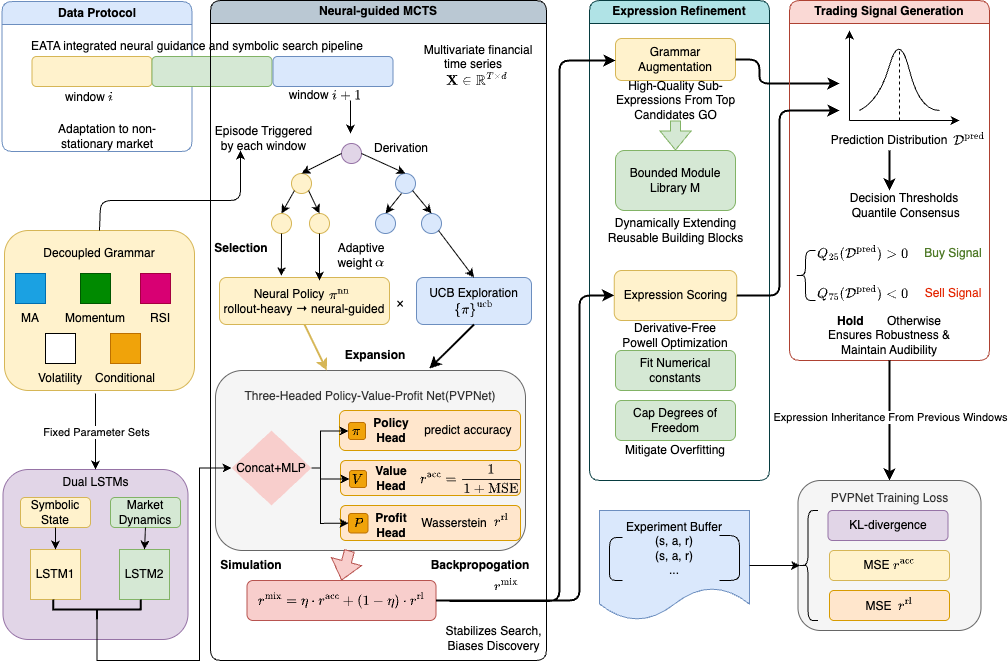
Above: paper/figures/architecture.png in JNU-Tangyin/eata (draw.io), before the change. Source tidied: cells renumbered, new cells last; positions are measured from the earlier drawing's top-left corner, leaving out a move shared by most shapes.
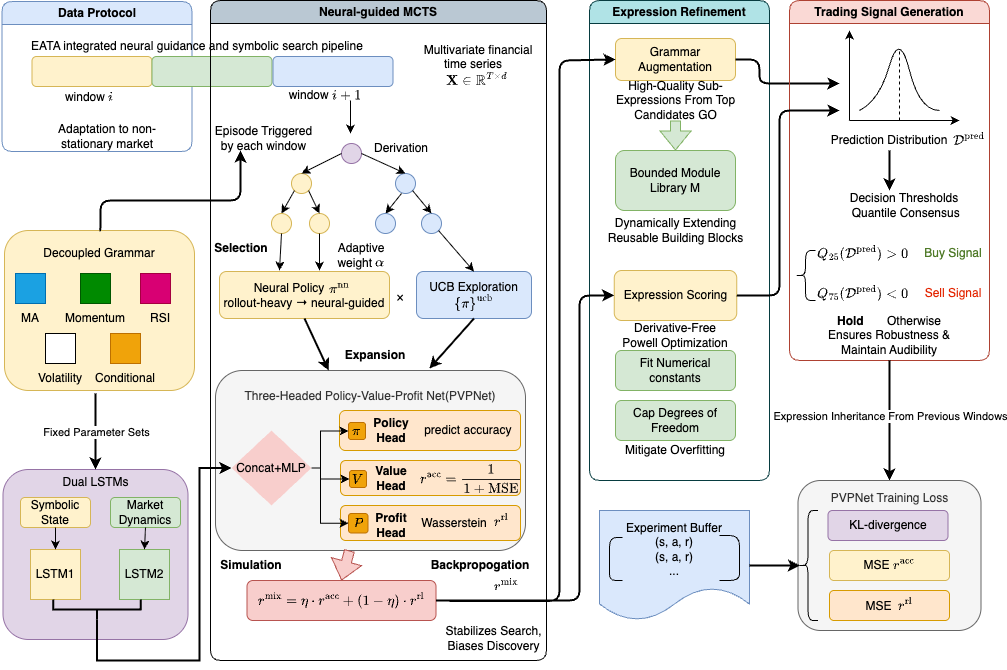
The same diagram one commit later.

Change to the diagram source:
```diff
@@ -77,19 +77,21 @@
       <mxGeometry x="1" y="233" width="60" height="30" as="geometry" />
     </mxCell>
     <mxCell id="26" value="Neural Policy &amp;nbsp; &amp;nbsp; &amp;nbsp; &amp;nbsp;&amp;nbsp;&lt;div&gt;rollout-heavy → neural-guided&lt;/div&gt;" style="rounded=1;whiteSpace=wrap;html=1;fillColor=#fff2cc;strokeColor=#d6b656;" parent="9" vertex="1">
-      <mxGeometry x="9" y="277" width="170" height="47" as="geometry" />
+      <mxGeometry x="9" y="271" width="170" height="47" as="geometry" />
     </mxCell>
     <mxCell id="27" value="$${\pi}^{\text{nn}}&amp;nbsp;$$" style="text;html=1;whiteSpace=wrap;strokeColor=none;fillColor=none;align=center;verticalAlign=middle;rounded=0;" parent="9" vertex="1">
-      <mxGeometry x="89" y="280" width="80" height="30" as="geometry" />
+      <mxGeometry x="89" y="274" width="80" height="30" as="geometry" />
     </mxCell>
     <mxCell id="28" value="UCB Exploration `{\pi}^{\text{ucb}}`" style="rounded=1;whiteSpace=wrap;html=1;fillColor=#dae8fc;strokeColor=#6c8ebf;" parent="9" vertex="1">
-      <mxGeometry x="206" y="277" width="115" height="47" as="geometry" />
+      <mxGeometry x="206" y="271" width="115" height="47" as="geometry" />
     </mxCell>
     <mxCell id="29" value="×" style="text;html=1;whiteSpace=wrap;strokeColor=none;fillColor=none;align=center;verticalAlign=middle;rounded=0;" parent="9" vertex="1">
-      <mxGeometry x="160" y="288" width="60" height="30" as="geometry" />
+      <mxGeometry x="160" y="282" width="60" height="30" as="geometry" />
     </mxCell>
-    <mxCell id="30" style="endArrow=classic;html=1;rounded=0;exitX=0.5;exitY=1;exitDx=0;exitDy=0;entryX=0.25;entryY=0;entryDx=0;entryDy=0;" parent="9" edge="1" source="16" target="27">
-      <mxGeometry relative="1" as="geometry" />
+    <mxCell id="30" style="endArrow=classic;html=1;rounded=0;exitX=0.5;exitY=1;exitDx=0;exitDy=0;" parent="9" edge="1" source="16">
+      <mxGeometry relative="1" as="geometry">
+        <mxPoint x="109" y="270" as="targetPoint" />
+      </mxGeometry>
     </mxCell>
     <mxCell id="31" style="endArrow=classic;html=1;rounded=0;exitX=1;exitY=1;exitDx=0;exitDy=0;entryX=0.5;entryY=0;entryDx=0;entryDy=0;" parent="9" edge="1" source="18" target="28">
       <mxGeometry relative="1" as="geometry" />
@@ -169,7 +171,7 @@
     <mxCell id="51" value="&lt;b&gt;Expansion&lt;/b&gt;" style="text;html=1;whiteSpace=wrap;strokeColor=none;fillColor=none;align=center;verticalAlign=middle;rounded=0;" parent="9" vertex="1">
       <mxGeometry x="135" y="340" width="60" height="30" as="geometry" />
     </mxCell>
-    <mxCell id="52" style="endArrow=classic;html=1;rounded=0;exitX=0.5;exitY=1;exitDx=0;exitDy=0;fillColor=#fff2cc;strokeColor=#d6b656;strokeWidth=2;" parent="9" edge="1" source="26" target="34">
+    <mxCell id="52" style="endArrow=classic;html=1;rounded=0;exitX=0.5;exitY=1;exitDx=0;exitDy=0;fillColor=#fff2cc;strokeColor=#000000;strokeWidth=2;" parent="9" edge="1" source="26" target="34">
       <mxGeometry relative="1" as="geometry" />
     </mxCell>
     <mxCell id="53" style="endArrow=classic;html=1;rounded=0;exitX=0.5;exitY=1;exitDx=0;exitDy=0;entryX=0.69;entryY=-0.011;entryDx=0;entryDy=0;entryPerimeter=0;fillColor=#dae8fc;strokeColor=#000000;strokeWidth=2;" parent="9" edge="1" source="28" target="34">
@@ -193,8 +195,10 @@
     <mxCell id="59" value="window `i+1`" style="rounded=0;whiteSpace=wrap;html=1;fillColor=none;strokeColor=none;" parent="9" vertex="1">
       <mxGeometry x="55" y="80" width="120" height="30" as="geometry" />
     </mxCell>
-    <mxCell id="60" style="endArrow=classic;html=1;rounded=0;exitX=0.5;exitY=1;exitDx=0;exitDy=0;fillColor=#fff2cc;strokeColor=#000000;strokeWidth=1;entryX=0.364;entryY=-0.03;entryDx=0;entryDy=0;entryPerimeter=0;" parent="9" edge="1" source="15" target="26">
-      <mxGeometry relative="1" as="geometry" />
+    <mxCell id="60" style="endArrow=classic;html=1;rounded=0;exitX=0.5;exitY=1;exitDx=0;exitDy=0;fillColor=#fff2cc;strokeColor=#000000;strokeWidth=1;" parent="9" edge="1" source="15">
+      <mxGeometry relative="1" as="geometry">
+        <mxPoint x="69" y="270" as="targetPoint" />
+      </mxGeometry>
     </mxCell>
     <mxCell id="61" style="endArrow=classic;html=1;rounded=0;fillColor=#e1d5e7;strokeColor=#000000;" parent="1" edge="1">
       <mxGeometry relative="1" as="geometry">
@@ -238,7 +242,7 @@
     <mxCell id="73" value="Dual LSTMs&lt;div&gt;&lt;br&gt;&lt;/div&gt;&lt;div&gt;&lt;br&gt;&lt;/div&gt;&lt;div&gt;&lt;br&gt;&lt;/div&gt;&lt;div&gt;&lt;br&gt;&lt;/div&gt;&lt;div&gt;&lt;br&gt;&lt;/div&gt;&lt;div&gt;&lt;br&gt;&lt;/div&gt;&lt;div&gt;&lt;br&gt;&lt;/div&gt;&lt;div&gt;&lt;br&gt;&lt;/div&gt;&lt;div&gt;&lt;br&gt;&lt;/div&gt;&lt;div&gt;&lt;br&gt;&lt;/div&gt;" style="rounded=1;whiteSpace=wrap;html=1;fillColor=#e1d5e7;strokeColor=#9673a6;" parent="1" vertex="1">
       <mxGeometry x="2.5" y="469" width="185" height="170" as="geometry" />
     </mxCell>
-    <mxCell id="74" style="endArrow=classic;html=1;rounded=0;entryX=0.5;entryY=0;entryDx=0;entryDy=0;exitX=0;exitY=1;exitDx=0;exitDy=0;" parent="1" edge="1" source="72" target="73">
+    <mxCell id="74" style="endArrow=classic;html=1;rounded=0;entryX=0.5;entryY=0;entryDx=0;entryDy=0;exitX=0;exitY=1;exitDx=0;exitDy=0;strokeWidth=2;" parent="1" edge="1" source="72" target="73">
       <mxGeometry relative="1" as="geometry" />
     </mxCell>
     <mxCell id="75" value="Fixed Parameter Sets" style="edgeLabel;html=1;align=center;verticalAlign=middle;" parent="74" vertex="1">
@@ -262,7 +266,7 @@
     <mxCell id="81" style="endArrow=classic;html=1;rounded=0;exitX=0.5;exitY=1;exitDx=0;exitDy=0;entryX=0.5;entryY=0;entryDx=0;entryDy=0;" parent="1" edge="1" source="77" target="79">
       <mxGeometry relative="1" as="geometry" />
     </mxCell>
-    <mxCell id="82" style="edgeStyle=orthogonalEdgeStyle;rounded=0;jettySize=auto;html=1;exitX=0;exitY=0.5;exitDx=0;exitDy=0;exitPerimeter=0;entryX=0;entryY=0.5;entryDx=0;entryDy=0;" parent="1" edge="1" source="83" target="35">
+    <mxCell id="82" style="edgeStyle=orthogonalEdgeStyle;rounded=0;jettySize=auto;html=1;exitX=0;exitY=0.5;exitDx=0;exitDy=0;exitPerimeter=0;entryX=0;entryY=0.5;entryDx=0;entryDy=0;strokeWidth=2;" parent="1" edge="1" source="83" target="35">
       <mxGeometry relative="1" as="geometry">
         <Array as="points">
           <mxPoint x="97" y="660" />
@@ -432,13 +436,13 @@
     <mxCell id="122" value="MSE&amp;nbsp; `r^{\text{rl}}`" style="rounded=1;whiteSpace=wrap;html=1;fillColor=#ffe6cc;strokeColor=#d79b00;" parent="1" vertex="1">
       <mxGeometry x="829" y="590" width="120" height="30" as="geometry" />
     </mxCell>
-    <mxCell id="123" style="endArrow=classic;html=1;rounded=0;exitX=1;exitY=0.5;exitDx=0;exitDy=0;entryX=0.1;entryY=0.5;entryDx=0;entryDy=0;fillColor=#e1d5e7;strokeColor=#000000;entryPerimeter=0;" parent="1" edge="1" source="117" target="124">
+    <mxCell id="123" style="endArrow=classic;html=1;rounded=0;exitX=1;exitY=0.5;exitDx=0;exitDy=0;entryX=0.1;entryY=0.5;entryDx=0;entryDy=0;fillColor=#e1d5e7;strokeColor=#000000;entryPerimeter=0;strokeWidth=2;" parent="1" edge="1" source="117" target="124">
       <mxGeometry relative="1" as="geometry" />
     </mxCell>
     <mxCell id="124" style="shape=curlyBracket;whiteSpace=wrap;html=1;rounded=1;labelPosition=left;verticalLabelPosition=middle;align=right;verticalAlign=middle;" parent="1" vertex="1">
       <mxGeometry x="797.5" y="510" width="20" height="110" as="geometry" />
     </mxCell>
-    <mxCell id="125" style="endArrow=classic;html=1;rounded=1;entryX=0;entryY=0.5;entryDx=0;entryDy=0;edgeStyle=orthogonalEdgeStyle;curved=0;exitX=0.5;exitY=0;exitDx=0;exitDy=0;" parent="1" edge="1" source="62">
+    <mxCell id="125" style="endArrow=classic;html=1;rounded=1;entryX=0;entryY=0.5;entryDx=0;entryDy=0;edgeStyle=orthogonalEdgeStyle;curved=0;exitX=0.5;exitY=0;exitDx=0;exitDy=0;strokeWidth=2;" parent="1" edge="1" source="62">
       <mxGeometry relative="1" as="geometry">
         <mxPoint x="240" y="150" as="targetPoint" />
         <Array as="points">
```
